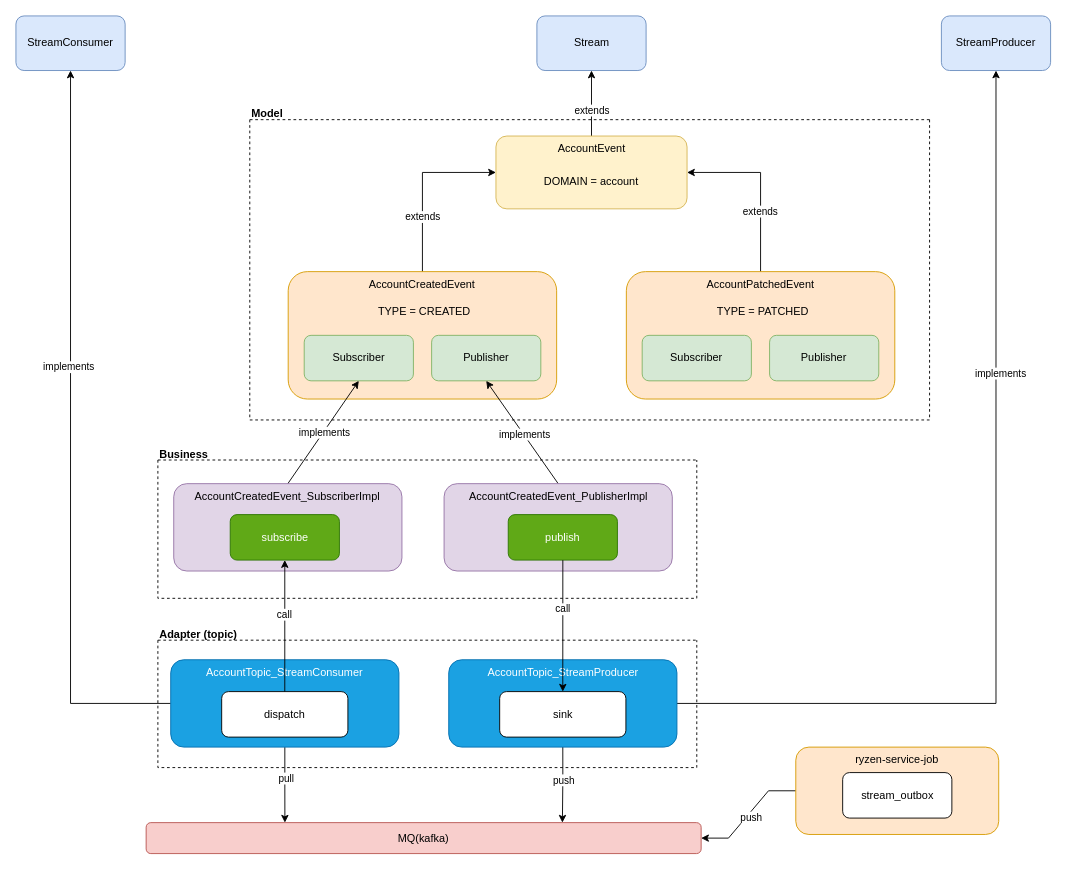
Earlier version of the draw.io diagram docs/stream.drawio (evan-qianjh/ryzen). Source tidied: cells renumbered, new cells numbered last; positions are measured from the earlier drawing's top-left corner, leaving out a move shared by most shapes. Both pictures are drawn from the tidied source at 91%, with x=0, y=0 at pixel (15, 15).
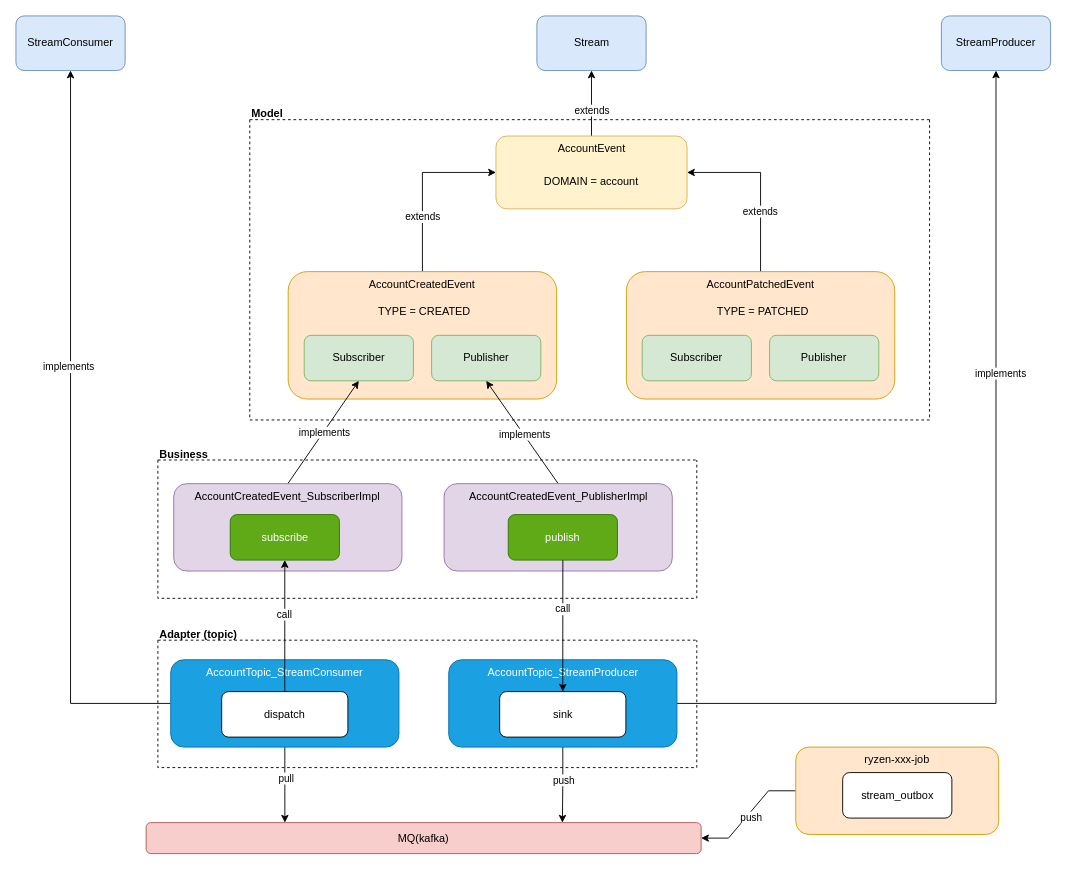
Above is the later version.

Commit message (it also covers changes not shown here):
更新 docs:route/stream

The edit, as a diff of the source:
```diff
@@
-    <mxCell id="43" value="ryzen-service-job" style="rounded=1;whiteSpace=wrap;html=1;verticalAlign=top;fillColor=#ffe6cc;strokeColor=#d79b00;" parent="1" vertex="1">
+    <mxCell id="43" value="ryzen-xxx-job" style="rounded=1;whiteSpace=wrap;html=1;verticalAlign=top;fillColor=#ffe6cc;strokeColor=#d79b00;" parent="1" vertex="1">
       <mxGeometry x="857" y="803.5" width="223" height="96" as="geometry" />
     </mxCell>
```
